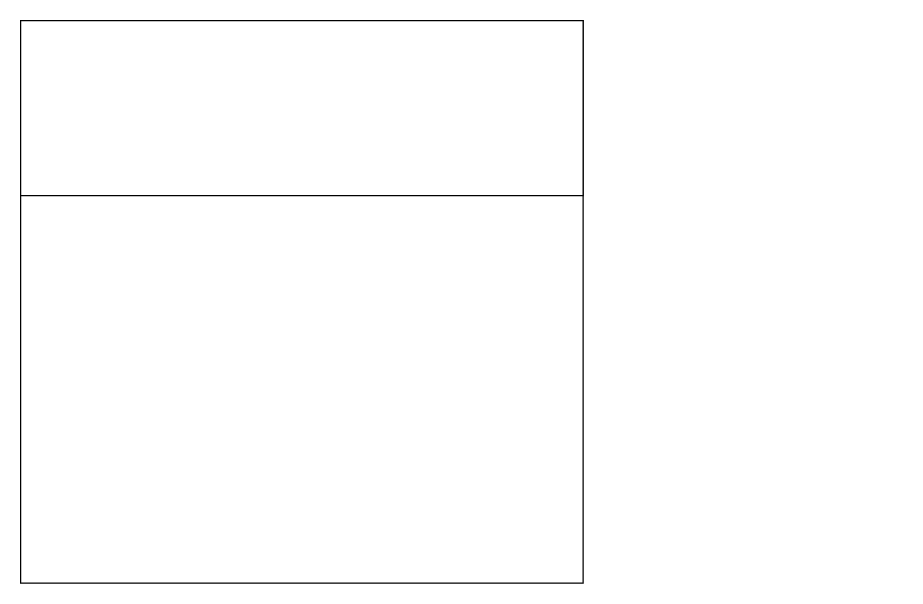
Earlier version of the draw.io diagram מסמכים/test.drawio (uri4722/mat_project). Source tidied: cells renumbered, new cells numbered last; positions are measured from the earlier drawing's top-left corner, leaving out a move shared by most shapes. Both pictures are drawn from the tidied source at 125%, with x=0, y=0 at pixel (20, 20).
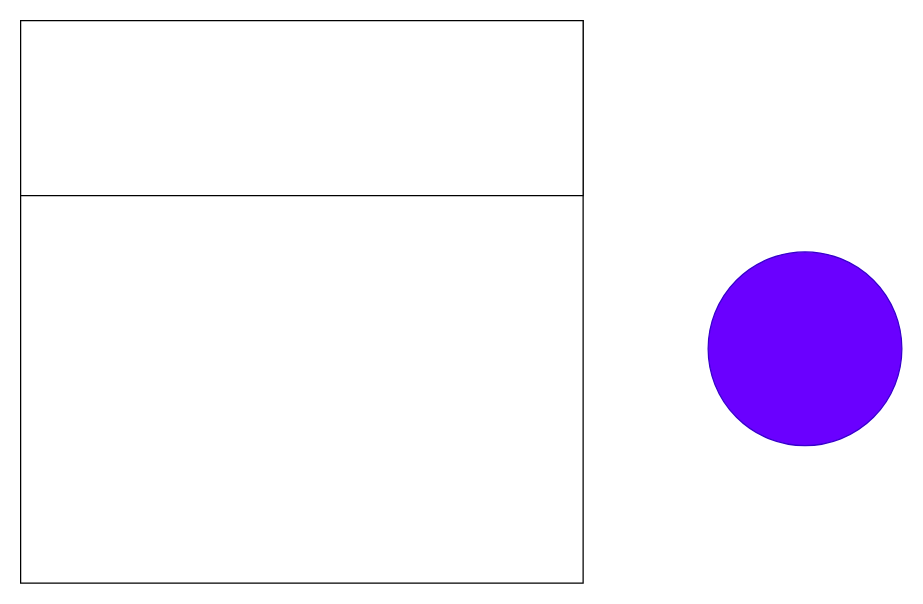
Above is the later version.

Diff of the diagram source:
```diff
@@
 <mxGraphModel>
   <root>
     <mxCell id="0" />
     <mxCell id="1" parent="0" />
     <mxCell id="2" style="whiteSpace=wrap;html=1;" parent="1" vertex="1">
       <mxGeometry width="450" height="450" as="geometry" />
     </mxCell>
     <mxCell id="3" style="rounded=0;whiteSpace=wrap;html=1;" parent="1" vertex="1">
       <mxGeometry width="450" height="140" as="geometry" />
     </mxCell>
+    <mxCell id="4" style="ellipse;whiteSpace=wrap;html=1;fillColor=#6a00ff;fontColor=#ffffff;strokeColor=#3700CC;" parent="1" vertex="1">
+      <mxGeometry x="550" y="185" width="155" height="155" as="geometry" />
+    </mxCell>
   </root>
 </mxGraphModel>
```
